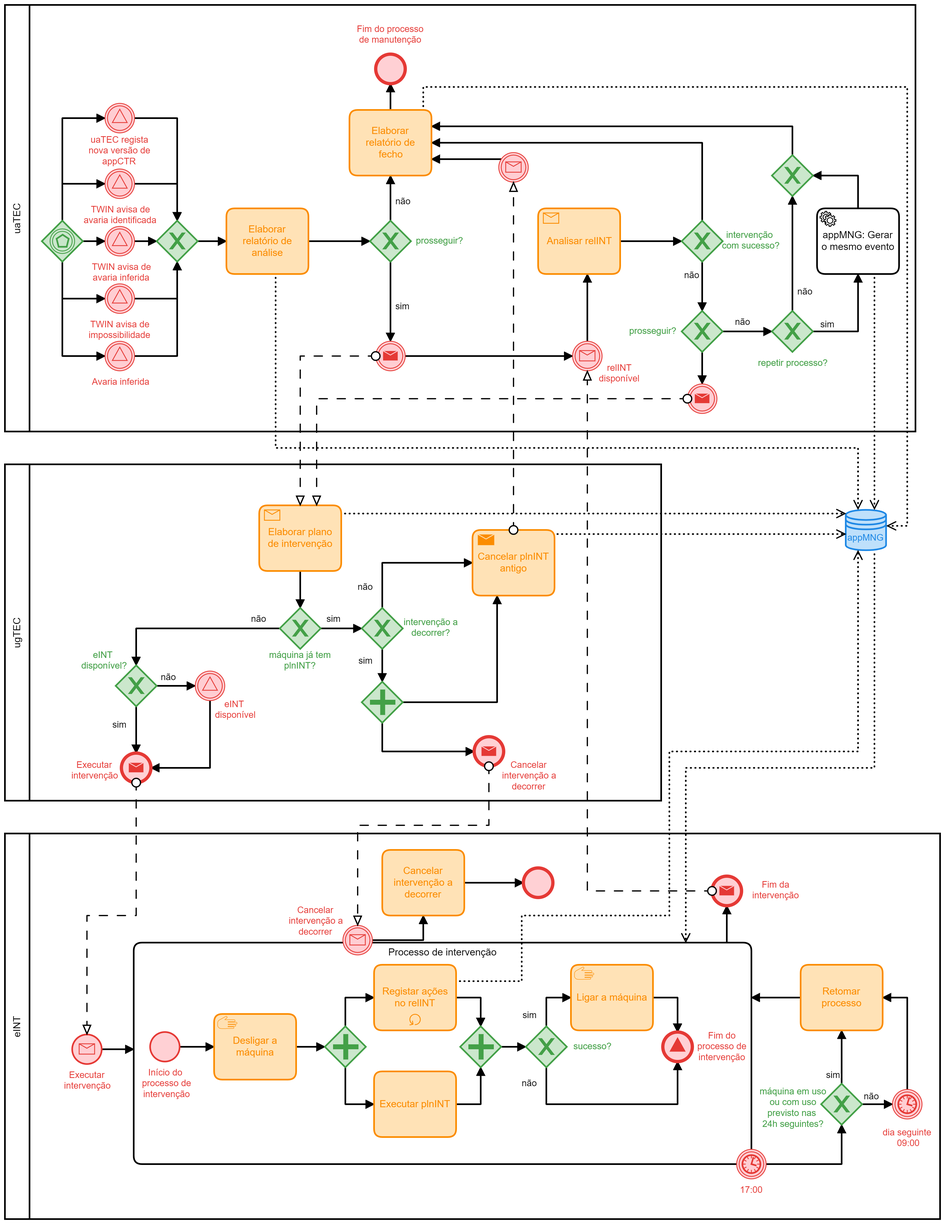
This is E2/MODL04_069_E2_2.png from martimfasantos/AMS, a BPMN export, as it was before one commit. Its source is kept beside it as E2/MODL04_069_E2_2.bpmn. Ids are renumbered.
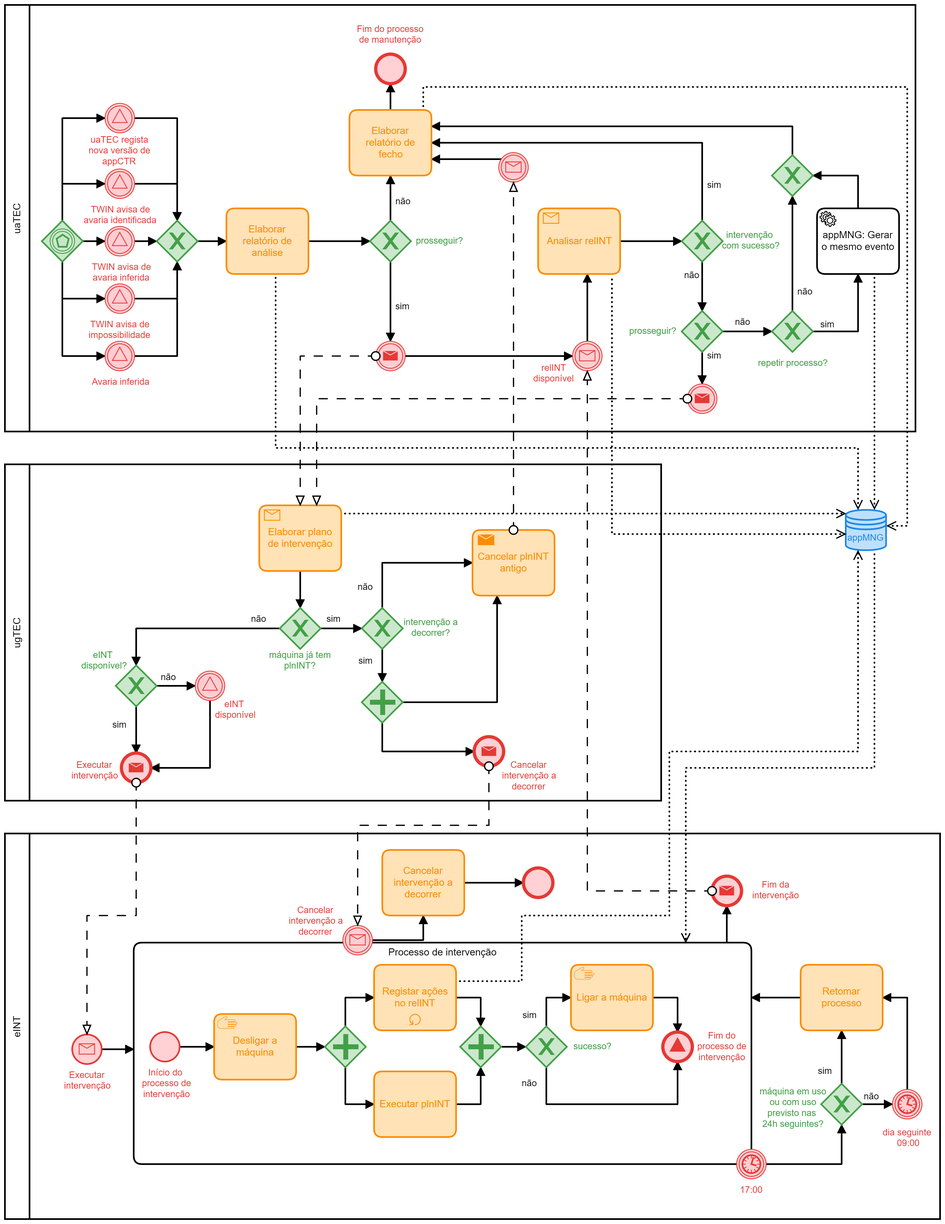
After the commit.

What changed in the source:
```diff
@@ -54,9 +54,2 @@
     </bpmn:intermediateCatchEvent>
-    <bpmn:task id="Activity_n50" name="Elaborar relatório de análise">
-      <bpmn:incoming>Flow_n33</bpmn:incoming>
-      <bpmn:outgoing>Flow_n51</bpmn:outgoing>
-      <bpmn:dataOutputAssociation id="DataOutputAssociation_n52">
-        <bpmn:targetRef>DataStoreReference_n53</bpmn:targetRef>
-      </bpmn:dataOutputAssociation>
-    </bpmn:task>
     <bpmn:exclusiveGateway id="Gateway_n54" name="prosseguir?">
@@ -98,6 +91,6 @@
     </bpmn:intermediateThrowEvent>
-    <bpmn:sequenceFlow id="Flow_n70" sourceRef="Gateway_n68" targetRef="Event_n16" />
+    <bpmn:sequenceFlow id="Flow_n70" name="sim" sourceRef="Gateway_n68" targetRef="Event_n16" />
     <bpmn:sequenceFlow id="Flow_n60" sourceRef="Event_n25" targetRef="Activity_n57" />
     <bpmn:sequenceFlow id="Flow_n59" sourceRef="Gateway_n72" targetRef="Activity_n57" />
-    <bpmn:sequenceFlow id="Flow_n58" sourceRef="Gateway_n64" targetRef="Activity_n57" />
+    <bpmn:sequenceFlow id="Flow_n58" name="sim" sourceRef="Gateway_n64" targetRef="Activity_n57" />
     <bpmn:sequenceFlow id="Flow_n65" sourceRef="Activity_n73" targetRef="Gateway_n64" />
@@ -129,2 +122,5 @@
       <bpmn:outgoing>Flow_n65</bpmn:outgoing>
+      <bpmn:dataOutputAssociation id="DataOutputAssociation_n101">
+        <bpmn:targetRef>DataStoreReference_n53</bpmn:targetRef>
+      </bpmn:dataOutputAssociation>
     </bpmn:receiveTask>
@@ -156,2 +152,9 @@
     </bpmn:exclusiveGateway>
+    <bpmn:task id="Activity_n50" name="Elaborar relatório de análise">
+      <bpmn:incoming>Flow_n33</bpmn:incoming>
+      <bpmn:outgoing>Flow_n51</bpmn:outgoing>
+      <bpmn:dataOutputAssociation id="DataOutputAssociation_n52">
+        <bpmn:targetRef>DataStoreReference_n53</bpmn:targetRef>
+      </bpmn:dataOutputAssociation>
+    </bpmn:task>
   </bpmn:process>
@@ -192,5 +195,2 @@
       <bpmn:incoming>Flow_n93</bpmn:incoming>
-      <bpmn:dataOutputAssociation id="DataOutputAssociation_n101">
-        <bpmn:targetRef>DataStoreReference_n53</bpmn:targetRef>
-      </bpmn:dataOutputAssociation>
     </bpmn:sendTask>
@@ -457,2 +457,5 @@
         <di:waypoint x="680" y="288" />
+        <bpmndi:BPMNLabel>
+          <dc:Bounds x="1016" y="333" width="18" height="14" />
+        </bpmndi:BPMNLabel>
       </bpmndi:BPMNEdge>
@@ -470,2 +473,5 @@
         <di:waypoint x="1010" y="582" />
+        <bpmndi:BPMNLabel>
+          <dc:Bounds x="1016" y="541" width="18" height="14" />
+        </bpmndi:BPMNLabel>
       </bpmndi:BPMNEdge>
@@ -552,3 +558,3 @@
         <bpmndi:BPMNLabel>
-          <dc:Bounds x="883.5" y="556" width="51" height="27" />
+          <dc:Bounds x="804" y="556" width="51" height="27" />
         </bpmndi:BPMNLabel>
@@ -567,2 +573,8 @@
       </bpmndi:BPMNShape>
+      <bpmndi:BPMNShape id="DataStoreReference_n53_di" bpmnElement="DataStoreReference_n53" bioc:stroke="#000" bioc:fill="#fff" color:background-color="#bbdefb" color:border-color="#1e88e5">
+        <dc:Bounds x="1185" y="735" width="50" height="50" />
+        <bpmndi:BPMNLabel>
+          <dc:Bounds x="1187" y="763" width="45" height="14" />
+        </bpmndi:BPMNLabel>
+      </bpmndi:BPMNShape>
       <bpmndi:BPMNShape id="Participant_n5_di" bpmnElement="Participant_n5" isHorizontal="true">
@@ -570,2 +582,60 @@
       </bpmndi:BPMNShape>
+      <bpmndi:BPMNEdge id="Flow_n85_di" bpmnElement="Flow_n85">
+        <di:waypoint x="520" y="810" />
+        <di:waypoint x="520" y="855" />
+      </bpmndi:BPMNEdge>
+      <bpmndi:BPMNEdge id="Flow_n87_di" bpmnElement="Flow_n87" bioc:stroke="#000" bioc:fill="#fff">
+        <di:waypoint x="495" y="880" />
+        <di:waypoint x="320" y="880" />
+        <di:waypoint x="320" y="925" />
+        <bpmndi:BPMNLabel>
+          <dc:Bounds x="460" y="862" width="19" height="14" />
+        </bpmndi:BPMNLabel>
+      </bpmndi:BPMNEdge>
+      <bpmndi:BPMNEdge id="Flow_n86_di" bpmnElement="Flow_n86" bioc:stroke="#000" bioc:fill="#fff">
+        <di:waypoint x="545" y="880" />
+        <di:waypoint x="595" y="880" />
+        <bpmndi:BPMNLabel>
+          <dc:Bounds x="552" y="862" width="18" height="14" />
+        </bpmndi:BPMNLabel>
+      </bpmndi:BPMNEdge>
+      <bpmndi:BPMNEdge id="Flow_n91_di" bpmnElement="Flow_n91" bioc:stroke="#000" bioc:fill="#fff">
+        <di:waypoint x="620" y="855" />
+        <di:waypoint x="620" y="800" />
+        <di:waypoint x="730" y="800" />
+        <bpmndi:BPMNLabel>
+          <dc:Bounds x="590" y="823" width="19" height="14" />
+        </bpmndi:BPMNLabel>
+      </bpmndi:BPMNEdge>
+      <bpmndi:BPMNEdge id="Flow_n90_di" bpmnElement="Flow_n90" bioc:stroke="#000" bioc:fill="#fff">
+        <di:waypoint x="620" y="905" />
+        <di:waypoint x="620" y="945" />
+        <bpmndi:BPMNLabel>
+          <dc:Bounds x="591" y="913" width="18" height="14" />
+        </bpmndi:BPMNLabel>
+      </bpmndi:BPMNEdge>
+      <bpmndi:BPMNEdge id="Flow_n93_di" bpmnElement="Flow_n93">
+        <di:waypoint x="645" y="970" />
+        <di:waypoint x="760" y="970" />
+        <di:waypoint x="760" y="840" />
+      </bpmndi:BPMNEdge>
+      <bpmndi:BPMNEdge id="Flow_n94_di" bpmnElement="Flow_n94">
+        <di:waypoint x="620" y="995" />
+        <di:waypoint x="620" y="1030" />
+        <di:waypoint x="732" y="1030" />
+      </bpmndi:BPMNEdge>
+      <bpmndi:BPMNEdge id="Flow_n96_di" bpmnElement="Flow_n96" bioc:stroke="#000" bioc:fill="#fff">
+        <di:waypoint x="345" y="950" />
+        <di:waypoint x="392" y="950" />
+        <bpmndi:BPMNLabel>
+          <dc:Bounds x="350" y="933" width="19" height="14" />
+        </bpmndi:BPMNLabel>
+      </bpmndi:BPMNEdge>
+      <bpmndi:BPMNEdge id="Flow_n97_di" bpmnElement="Flow_n97" bioc:stroke="#000" bioc:fill="#fff">
+        <di:waypoint x="320" y="975" />
+        <di:waypoint x="320" y="1032" />
+        <bpmndi:BPMNLabel>
+          <dc:Bounds x="291" y="991" width="18" height="14" />
+        </bpmndi:BPMNLabel>
+      </bpmndi:BPMNEdge>
       <bpmndi:BPMNEdge id="Flow_n99_di" bpmnElement="Flow_n99">
@@ -575,60 +645,2 @@
       </bpmndi:BPMNEdge>
-      <bpmndi:BPMNEdge id="Flow_n97_di" bpmnElement="Flow_n97" bioc:stroke="#000" bioc:fill="#fff">
-        <di:waypoint x="320" y="975" />
-        <di:waypoint x="320" y="1032" />
-        <bpmndi:BPMNLabel>
-          <dc:Bounds x="291" y="991" width="18" height="14" />
-        </bpmndi:BPMNLabel>
-      </bpmndi:BPMNEdge>
-      <bpmndi:BPMNEdge id="Flow_n96_di" bpmnElement="Flow_n96" bioc:stroke="#000" bioc:fill="#fff">
-        <di:waypoint x="345" y="950" />
-        <di:waypoint x="392" y="950" />
-        <bpmndi:BPMNLabel>
-          <dc:Bounds x="350" y="933" width="19" height="14" />
-        </bpmndi:BPMNLabel>
-      </bpmndi:BPMNEdge>
-      <bpmndi:BPMNEdge id="Flow_n94_di" bpmnElement="Flow_n94">
-        <di:waypoint x="620" y="995" />
-        <di:waypoint x="620" y="1030" />
-        <di:waypoint x="732" y="1030" />
-      </bpmndi:BPMNEdge>
-      <bpmndi:BPMNEdge id="Flow_n93_di" bpmnElement="Flow_n93">
-        <di:waypoint x="645" y="970" />
-        <di:waypoint x="760" y="970" />
-        <di:waypoint x="760" y="840" />
-      </bpmndi:BPMNEdge>
-      <bpmndi:BPMNEdge id="Flow_n90_di" bpmnElement="Flow_n90" bioc:stroke="#000" bioc:fill="#fff">
-        <di:waypoint x="620" y="905" />
-        <di:waypoint x="620" y="945" />
-        <bpmndi:BPMNLabel>
-          <dc:Bounds x="591" y="913" width="18" height="14" />
-        </bpmndi:BPMNLabel>
-      </bpmndi:BPMNEdge>
-      <bpmndi:BPMNEdge id="Flow_n91_di" bpmnElement="Flow_n91" bioc:stroke="#000" bioc:fill="#fff">
-        <di:waypoint x="620" y="855" />
-        <di:waypoint x="620" y="800" />
-        <di:waypoint x="730" y="800" />
-        <bpmndi:BPMNLabel>
-          <dc:Bounds x="590" y="823" width="19" height="14" />
-        </bpmndi:BPMNLabel>
-      </bpmndi:BPMNEdge>
-      <bpmndi:BPMNEdge id="Flow_n86_di" bpmnElement="Flow_n86" bioc:stroke="#000" bioc:fill="#fff">
-        <di:waypoint x="545" y="880" />
-        <di:waypoint x="595" y="880" />
-        <bpmndi:BPMNLabel>
-          <dc:Bounds x="552" y="862" width="18" height="14" />
-        </bpmndi:BPMNLabel>
-      </bpmndi:BPMNEdge>
-      <bpmndi:BPMNEdge id="Flow_n87_di" bpmnElement="Flow_n87" bioc:stroke="#000" bioc:fill="#fff">
-        <di:waypoint x="495" y="880" />
-        <di:waypoint x="320" y="880" />
-        <di:waypoint x="320" y="925" />
-        <bpmndi:BPMNLabel>
-          <dc:Bounds x="460" y="862" width="19" height="14" />
-        </bpmndi:BPMNLabel>
-      </bpmndi:BPMNEdge>
-      <bpmndi:BPMNEdge id="Flow_n85_di" bpmnElement="Flow_n85">
-        <di:waypoint x="520" y="810" />
-        <di:waypoint x="520" y="855" />
-      </bpmndi:BPMNEdge>
       <bpmndi:BPMNShape id="Gateway_n84_di" bpmnElement="Gateway_n84" isMarkerVisible="true" bioc:stroke="#000" bioc:fill="#fff" color:background-color="#c8e6c9" color:border-color="#43a047">
@@ -681,2 +693,42 @@
       </bpmndi:BPMNShape>
+      <bpmndi:BPMNEdge id="Flow_n106_di" bpmnElement="Flow_n106">
+        <di:waypoint x="720" y="1190" />
+        <di:waypoint x="792" y="1190" />
+      </bpmndi:BPMNEdge>
+      <bpmndi:BPMNEdge id="Flow_n112_di" bpmnElement="Flow_n112">
+        <di:waypoint x="1040" y="1263" />
+        <di:waypoint x="1040" y="1218" />
+      </bpmndi:BPMNEdge>
+      <bpmndi:BPMNEdge id="Flow_n105_di" bpmnElement="Flow_n105">
+        <di:waypoint x="608" y="1260" />
+        <di:waypoint x="670" y="1260" />
+        <di:waypoint x="670" y="1230" />
+      </bpmndi:BPMNEdge>
+      <bpmndi:BPMNEdge id="Flow_n108_di" bpmnElement="Flow_n108">
+        <di:waypoint x="278" y="1393" />
+        <di:waypoint x="317" y="1393" />
+      </bpmndi:BPMNEdge>
+      <bpmndi:BPMNEdge id="Flow_n138_di" bpmnElement="Flow_n138" bioc:stroke="#000" bioc:fill="#fff">
+        <di:waypoint x="1205" y="1460" />
+        <di:waypoint x="1242" y="1460" />
+        <bpmndi:BPMNLabel>
+          <dc:Bounds x="1207" y="1444" width="19" height="14" />
+        </bpmndi:BPMNLabel>
+      </bpmndi:BPMNEdge>
+      <bpmndi:BPMNEdge id="Flow_n141_di" bpmnElement="Flow_n141">
+        <di:waypoint x="1260" y="1442" />
+        <di:waypoint x="1260" y="1330" />
+        <di:waypoint x="1230" y="1330" />
+      </bpmndi:BPMNEdge>
+      <bpmndi:BPMNEdge id="Flow_n139_di" bpmnElement="Flow_n139" bioc:stroke="#000" bioc:fill="#fff">
+        <di:waypoint x="1180" y="1435" />
+        <di:waypoint x="1180" y="1370" />
+        <bpmndi:BPMNLabel>
+          <dc:Bounds x="1151" y="1413" width="18" height="14" />
+        </bpmndi:BPMNLabel>
+      </bpmndi:BPMNEdge>
+      <bpmndi:BPMNEdge id="Flow_n111_di" bpmnElement="Flow_n111">
+        <di:waypoint x="1130" y="1330" />
+        <di:waypoint x="1070" y="1330" />
+      </bpmndi:BPMNEdge>
       <bpmndi:BPMNEdge id="Flow_n137_di" bpmnElement="Flow_n137">
@@ -686,42 +738,2 @@
       </bpmndi:BPMNEdge>
-      <bpmndi:BPMNEdge id="Flow_n111_di" bpmnElement="Flow_n111">
-        <di:waypoint x="1130" y="1330" />
-        <di:waypoint x="1070" y="1330" />
-      </bpmndi:BPMNEdge>
-      <bpmndi:BPMNEdge id="Flow_n139_di" bpmnElement="Flow_n139" bioc:stroke="#000" bioc:fill="#fff">
-        <di:waypoint x="1180" y="1435" />
-        <di:waypoint x="1180" y="1370" />
-        <bpmndi:BPMNLabel>
-          <dc:Bounds x="1161" y="1418" width="18" height="14" />
-        </bpmndi:BPMNLabel>
-      </bpmndi:BPMNEdge>
-      <bpmndi:BPMNEdge id="Flow_n141_di" bpmnElement="Flow_n141">
-        <di:waypoint x="1260" y="1442" />
-        <di:waypoint x="1260" y="1330" />
-        <di:waypoint x="1230" y="1330" />
-      </bpmndi:BPMNEdge>
-      <bpmndi:BPMNEdge id="Flow_n138_di" bpmnElement="Flow_n138" bioc:stroke="#000" bioc:fill="#fff">
-        <di:waypoint x="1205" y="1460" />
-        <di:waypoint x="1242" y="1460" />
-        <bpmndi:BPMNLabel>
-          <dc:Bounds x="1207" y="1444" width="19" height="14" />
-        </bpmndi:BPMNLabel>
-      </bpmndi:BPMNEdge>
-      <bpmndi:BPMNEdge id="Flow_n108_di" bpmnElement="Flow_n108">
-        <di:waypoint x="278" y="1393" />
-        <di:waypoint x="317" y="1393" />
-      </bpmndi:BPMNEdge>
-      <bpmndi:BPMNEdge id="Flow_n105_di" bpmnElement="Flow_n105">
-        <di:waypoint x="608" y="1260" />
-        <di:waypoint x="670" y="1260" />
-        <di:waypoint x="670" y="1230" />
-      </bpmndi:BPMNEdge>
-      <bpmndi:BPMNEdge id="Flow_n112_di" bpmnElement="Flow_n112">
-        <di:waypoint x="1040" y="1263" />
-        <di:waypoint x="1040" y="1218" />
-      </bpmndi:BPMNEdge>
-      <bpmndi:BPMNEdge id="Flow_n106_di" bpmnElement="Flow_n106">
-        <di:waypoint x="720" y="1190" />
-        <di:waypoint x="792" y="1190" />
-      </bpmndi:BPMNEdge>
       <bpmndi:BPMNShape id="Activity_n104_di" bpmnElement="Activity_n104" bioc:stroke="#fb8c00" bioc:fill="#ffe0b2" color:background-color="#ffe0b2" color:border-color="#fb8c00">
@@ -736,23 +748,2 @@
           <dc:Bounds x="232" y="1418" width="57" height="27" />
-        </bpmndi:BPMNLabel>
-      </bpmndi:BPMNShape>
-      <bpmndi:BPMNShape id="Gateway_n136_di" bpmnElement="Gateway_n136" isMarkerVisible="true" bioc:stroke="#000" bioc:fill="#fff" color:background-color="#c8e6c9" color:border-color="#43a047">
-        <dc:Bounds x="1155" y="1435" width="50" height="50" />
-        <bpmndi:BPMNLabel>
-          <dc:Bounds x="1080" y="1438" width="82" height="53" />
-        </bpmndi:BPMNLabel>
-      </bpmndi:BPMNShape>
-      <bpmndi:BPMNShape id="Activity_n140_di" bpmnElement="Activity_n140" bioc:stroke="#fb8c00" bioc:fill="#ffe0b2" color:background-color="#ffe0b2" color:border-color="#fb8c00">
-        <dc:Bounds x="1130" y="1290" width="100" height="80" />
-      </bpmndi:BPMNShape>
-      <bpmndi:BPMNShape id="Event_n142_di" bpmnElement="Event_n142" bioc:stroke="#000" bioc:fill="#fff" color:background-color="#ffcdd2" color:border-color="#e53935">
-        <dc:Bounds x="1242" y="1442" width="36" height="36" />
-        <bpmndi:BPMNLabel>
-          <dc:Bounds x="1230" y="1488" width="60" height="27" />
-        </bpmndi:BPMNLabel>
-      </bpmndi:BPMNShape>
-      <bpmndi:BPMNShape id="Event_0ssqg5t_di" bpmnElement="Event_n10" bioc:stroke="#000" bioc:fill="#fff" color:background-color="#ffcdd2" color:border-color="#e53935">
-        <dc:Bounds x="1022" y="1182" width="36" height="36" />
-        <bpmndi:BPMNLabel>
-          <dc:Bounds x="1071" y="1186" width="57" height="27" />
         </bpmndi:BPMNLabel>
@@ -852,2 +843,29 @@
       </bpmndi:BPMNShape>
+      <bpmndi:BPMNShape id="Gateway_n136_di" bpmnElement="Gateway_n136" isMarkerVisible="true" bioc:stroke="#000" bioc:fill="#fff" color:background-color="#c8e6c9" color:border-color="#43a047">
+        <dc:Bounds x="1155" y="1435" width="50" height="50" />
+        <bpmndi:BPMNLabel>
+          <dc:Bounds x="1080" y="1438" width="82" height="53" />
+        </bpmndi:BPMNLabel>
+      </bpmndi:BPMNShape>
+      <bpmndi:BPMNShape id="Activity_n140_di" bpmnElement="Activity_n140" bioc:stroke="#fb8c00" bioc:fill="#ffe0b2" color:background-color="#ffe0b2" color:border-color="#fb8c00">
+        <dc:Bounds x="1130" y="1290" width="100" height="80" />
+      </bpmndi:BPMNShape>
+      <bpmndi:BPMNShape id="Event_n142_di" bpmnElement="Event_n142" bioc:stroke="#000" bioc:fill="#fff" color:background-color="#ffcdd2" color:border-color="#e53935">
+        <dc:Bounds x="1242" y="1442" width="36" height="36" />
+        <bpmndi:BPMNLabel>
+          <dc:Bounds x="1230" y="1488" width="60" height="27" />
+        </bpmndi:BPMNLabel>
+      </bpmndi:BPMNShape>
+      <bpmndi:BPMNShape id="Event_0ssqg5t_di" bpmnElement="Event_n10" bioc:stroke="#000" bioc:fill="#fff" color:background-color="#ffcdd2" color:border-color="#e53935">
+        <dc:Bounds x="1022" y="1182" width="36" height="36" />
+        <bpmndi:BPMNLabel>
+          <dc:Bounds x="1071" y="1186" width="57" height="27" />
+        </bpmndi:BPMNLabel>
+      </bpmndi:BPMNShape>
+      <bpmndi:BPMNShape id="Event_1c7uwv6_di" bpmnElement="Event_n19" bioc:stroke="#000" bioc:fill="#fff" color:background-color="#ffcdd2" color:border-color="#e53935">
+        <dc:Bounds x="572" y="1242" width="36" height="36" />
+        <bpmndi:BPMNLabel>
+          <dc:Bounds x="506" y="1217" width="67" height="40" />
+        </bpmndi:BPMNLabel>
+      </bpmndi:BPMNShape>
       <bpmndi:BPMNShape id="Event_n145_di" bpmnElement="Event_n145" bioc:stroke="#000" bioc:fill="#fff" color:background-color="#ffcdd2" color:border-color="#e53935">
@@ -856,14 +874,2 @@
           <dc:Bounds x="1056" y="1558" width="28" height="14" />
-        </bpmndi:BPMNLabel>
-      </bpmndi:BPMNShape>
-      <bpmndi:BPMNShape id="Event_1c7uwv6_di" bpmnElement="Event_n19" bioc:stroke="#000" bioc:fill="#fff" color:background-color="#ffcdd2" color:border-color="#e53935">
-        <dc:Bounds x="572" y="1242" width="36" height="36" />
-        <bpmndi:BPMNLabel>
-          <dc:Bounds x="506" y="1217" width="67" height="40" />
-        </bpmndi:BPMNLabel>
-      </bpmndi:BPMNShape>
-      <bpmndi:BPMNShape id="DataStoreReference_n53_di" bpmnElement="DataStoreReference_n53" bioc:stroke="#000" bioc:fill="#fff" color:background-color="#bbdefb" color:border-color="#1e88e5">
-        <dc:Bounds x="1185" y="735" width="50" height="50" />
-        <bpmndi:BPMNLabel>
-          <dc:Bounds x="1187" y="763" width="45" height="14" />
         </bpmndi:BPMNLabel>
@@ -892,3 +898,5 @@
       <bpmndi:BPMNEdge id="DataOutputAssociation_n101_di" bpmnElement="DataOutputAssociation_n101">
-        <di:waypoint x="829" y="765" />
+        <di:waypoint x="900" y="450" />
+        <di:waypoint x="900" y="450" />
+        <di:waypoint x="900" y="765" />
         <di:waypoint x="1185" y="765" />
```
